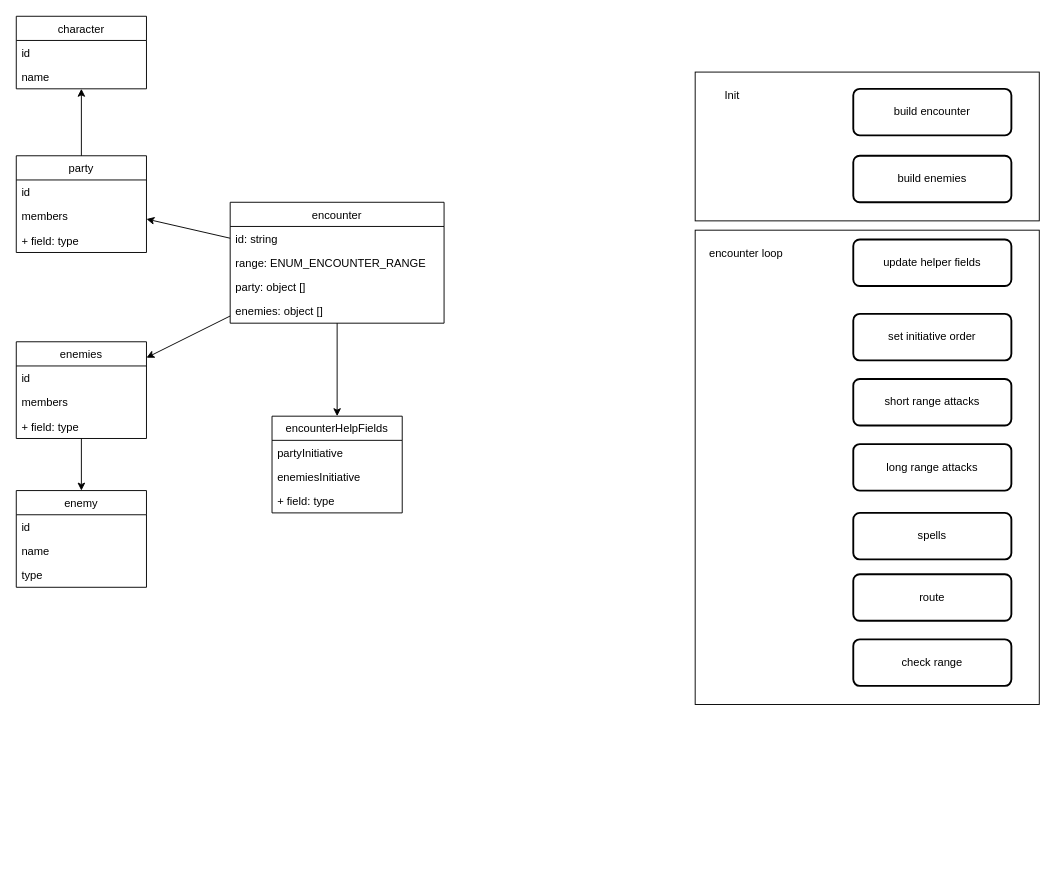
Earlier version of the draw.io diagram _designs/encounter.drawio (Oglop/RPGSim_r2). Source tidied: cells renumbered, new cells numbered last; positions are measured from the earlier drawing's top-left corner, leaving out a move shared by most shapes. Both pictures are drawn from the tidied source at 93%, with x=0, y=0 at pixel (16, 16).
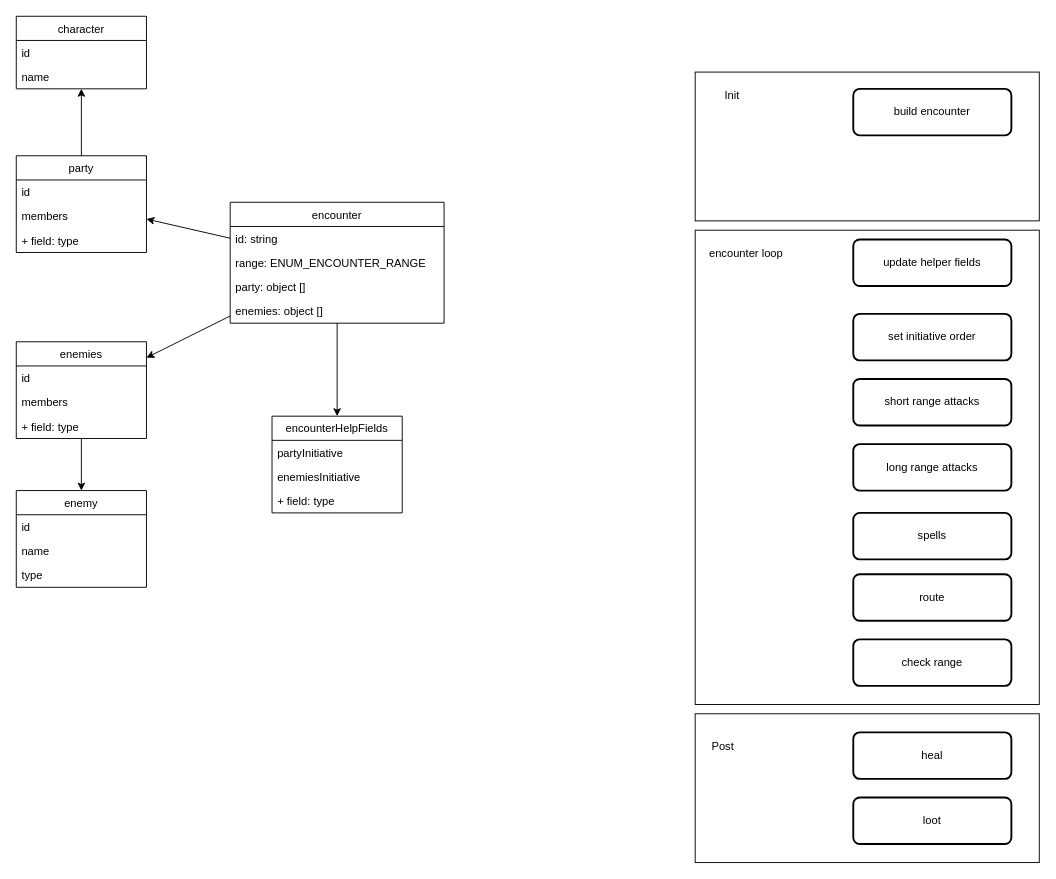
The same page after the edit.

What changed in the source:
```diff
@@
-    <mxCell id="34" value="build enemies" style="rounded=1;whiteSpace=wrap;html=1;absoluteArcSize=1;arcSize=14;strokeWidth=2;" parent="1" vertex="1">
-      <mxGeometry x="900" y="150" width="170" height="50" as="geometry" />
-    </mxCell>
@@
+    <mxCell id="44" style="rounded=0;whiteSpace=wrap;html=1;fillColor=none;" parent="1" vertex="1">
+      <mxGeometry x="730" y="750" width="370" height="160" as="geometry" />
+    </mxCell>
@@
+    <mxCell id="45" value="Post" style="text;html=1;strokeColor=none;fillColor=none;align=center;verticalAlign=middle;whiteSpace=wrap;rounded=0;" parent="1" vertex="1">
+      <mxGeometry x="730" y="770" width="60" height="30" as="geometry" />
+    </mxCell>
+    <mxCell id="34" value="heal" style="rounded=1;whiteSpace=wrap;html=1;absoluteArcSize=1;arcSize=14;strokeWidth=2;" parent="1" vertex="1">
+      <mxGeometry x="900" y="770" width="170" height="50" as="geometry" />
+    </mxCell>
+    <mxCell id="46" value="loot" style="rounded=1;whiteSpace=wrap;html=1;absoluteArcSize=1;arcSize=14;strokeWidth=2;" parent="1" vertex="1">
+      <mxGeometry x="900" y="840" width="170" height="50" as="geometry" />
+    </mxCell>
```
